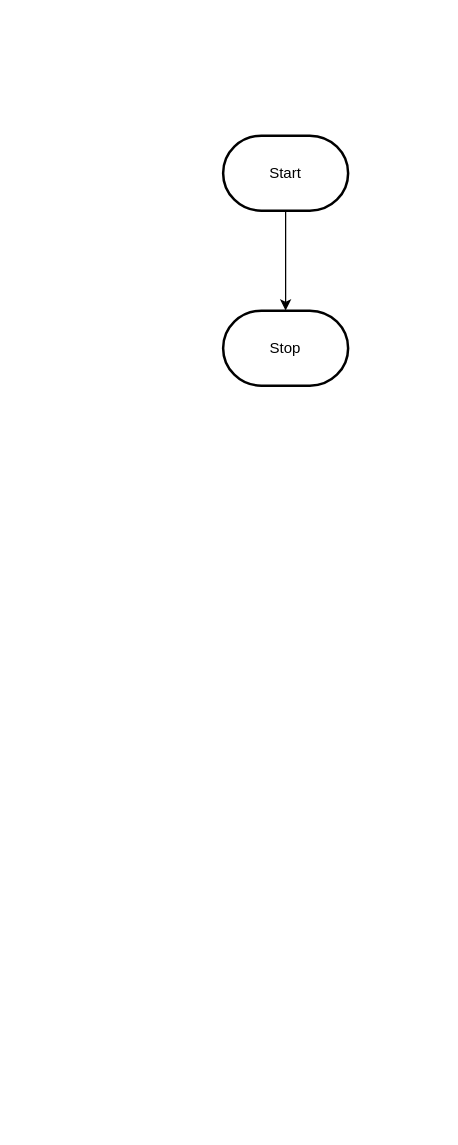
Earlier version of the draw.io diagram design/flowchart.drawio (MTHS-ICD2O-1-2023/ICD2O-Unit-5-01-jinyuzhe-calista-e). Source tidied: cells renumbered, new cells numbered last; positions are measured from the earlier drawing's top-left corner, leaving out a move shared by most shapes. Both pictures are drawn from the tidied source at 125%, with x=0, y=0 at pixel (222, 135).
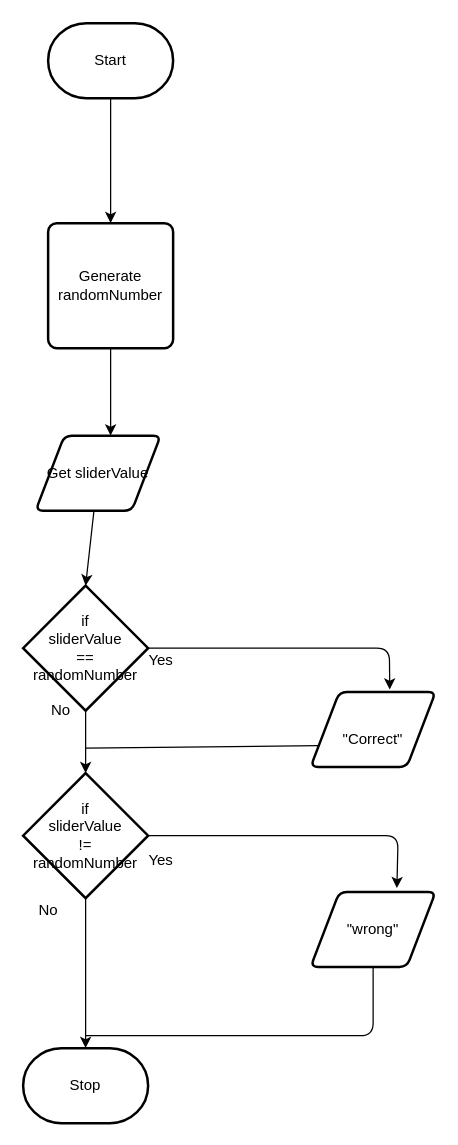
Above is the later version.

Change to the diagram source:
```diff
@@
-    <mxCell id="2" style="edgeStyle=orthogonalEdgeStyle;html=1;rounded=0;" parent="1" edge="1" source="3" target="4">
-      <mxGeometry relative="1" as="geometry" />
-    </mxCell>
+    <mxCell id="5" style="edgeStyle=none;html=1;entryX=0.5;entryY=0;entryDx=0;entryDy=0;" parent="1" edge="1" source="3" target="7">
+      <mxGeometry relative="1" as="geometry" />
+    </mxCell>
     <mxCell id="3" value="Start" style="strokeWidth=2;html=1;shape=mxgraph.flowchart.terminator;whiteSpace=wrap;" parent="1" vertex="1">
-      <mxGeometry width="100" height="60" as="geometry" />
+      <mxGeometry x="-140" y="-90" width="100" height="60" as="geometry" />
     </mxCell>
     <mxCell id="4" value="Stop" style="strokeWidth=2;html=1;shape=mxgraph.flowchart.terminator;whiteSpace=wrap;" parent="1" vertex="1">
-      <mxGeometry y="140" width="100" height="60" as="geometry" />
+      <mxGeometry x="-160" y="730" width="100" height="60" as="geometry" />
     </mxCell>
+    <mxCell id="6" style="edgeStyle=none;html=1;" parent="1" edge="1" source="7">
+      <mxGeometry relative="1" as="geometry">
+        <mxPoint x="-90" y="240" as="targetPoint" />
+      </mxGeometry>
+    </mxCell>
+    <mxCell id="7" value="Generate&lt;br&gt;randomNumber" style="rounded=1;whiteSpace=wrap;html=1;absoluteArcSize=1;arcSize=14;strokeWidth=2;" parent="1" vertex="1">
+      <mxGeometry x="-140" y="70" width="100" height="100" as="geometry" />
+    </mxCell>
+    <mxCell id="8" style="edgeStyle=none;html=1;entryX=0.5;entryY=0;entryDx=0;entryDy=0;entryPerimeter=0;" parent="1" edge="1" source="9" target="12">
+      <mxGeometry relative="1" as="geometry" />
+    </mxCell>
+    <mxCell id="9" value="Get sliderValue" style="shape=parallelogram;html=1;strokeWidth=2;perimeter=parallelogramPerimeter;whiteSpace=wrap;rounded=1;arcSize=12;size=0.23;" parent="1" vertex="1">
+      <mxGeometry x="-150" y="240" width="100" height="60" as="geometry" />
+    </mxCell>
+    <mxCell id="10" style="edgeStyle=none;html=1;entryX=0.5;entryY=0;entryDx=0;entryDy=0;entryPerimeter=0;" parent="1" edge="1" source="12" target="17">
+      <mxGeometry relative="1" as="geometry" />
+    </mxCell>
+    <mxCell id="11" style="edgeStyle=none;html=1;entryX=0.633;entryY=-0.031;entryDx=0;entryDy=0;entryPerimeter=0;" parent="1" edge="1" source="12" target="20">
+      <mxGeometry relative="1" as="geometry">
+        <Array as="points">
+          <mxPoint x="133" y="410" />
+        </Array>
+      </mxGeometry>
+    </mxCell>
+    <mxCell id="12" value="if&lt;br&gt;sliderValue&lt;br&gt;==&lt;br&gt;randomNumber" style="strokeWidth=2;html=1;shape=mxgraph.flowchart.decision;whiteSpace=wrap;" parent="1" vertex="1">
+      <mxGeometry x="-160" y="360" width="100" height="100" as="geometry" />
+    </mxCell>
+    <mxCell id="13" value="No" style="text;html=1;align=center;verticalAlign=middle;strokeColor=none;fillColor=none;" parent="1" vertex="1">
+      <mxGeometry x="-150" y="445" width="40" height="30" as="geometry" />
+    </mxCell>
+    <mxCell id="14" value="Yes" style="text;html=1;align=center;verticalAlign=middle;strokeColor=none;fillColor=none;" parent="1" vertex="1">
+      <mxGeometry x="-70" y="405" width="40" height="30" as="geometry" />
+    </mxCell>
+    <mxCell id="15" style="edgeStyle=none;html=1;entryX=0.5;entryY=0;entryDx=0;entryDy=0;entryPerimeter=0;" parent="1" edge="1" source="17" target="4">
+      <mxGeometry relative="1" as="geometry" />
+    </mxCell>
+    <mxCell id="16" style="edgeStyle=none;html=1;entryX=0.69;entryY=-0.05;entryDx=0;entryDy=0;entryPerimeter=0;" parent="1" edge="1" source="17" target="21">
+      <mxGeometry relative="1" as="geometry">
+        <Array as="points">
+          <mxPoint x="140" y="560" />
+        </Array>
+      </mxGeometry>
+    </mxCell>
+    <mxCell id="17" value="if&lt;br&gt;sliderValue&lt;br&gt;!=&lt;br&gt;randomNumber" style="strokeWidth=2;html=1;shape=mxgraph.flowchart.decision;whiteSpace=wrap;" parent="1" vertex="1">
+      <mxGeometry x="-160" y="510" width="100" height="100" as="geometry" />
+    </mxCell>
+    <mxCell id="18" value="No" style="text;html=1;align=center;verticalAlign=middle;strokeColor=none;fillColor=none;" parent="1" vertex="1">
+      <mxGeometry x="-160" y="605" width="40" height="30" as="geometry" />
+    </mxCell>
+    <mxCell id="19" value="Yes" style="text;html=1;align=center;verticalAlign=middle;strokeColor=none;fillColor=none;" parent="1" vertex="1">
+      <mxGeometry x="-70" y="565" width="40" height="30" as="geometry" />
+    </mxCell>
+    <mxCell id="20" value="&lt;br&gt;&quot;Correct&quot;" style="shape=parallelogram;html=1;strokeWidth=2;perimeter=parallelogramPerimeter;whiteSpace=wrap;rounded=1;arcSize=12;size=0.23;" parent="1" vertex="1">
+      <mxGeometry x="70" y="445" width="100" height="60" as="geometry" />
+    </mxCell>
+    <mxCell id="21" value="&quot;wrong&quot;" style="shape=parallelogram;html=1;strokeWidth=2;perimeter=parallelogramPerimeter;whiteSpace=wrap;rounded=1;arcSize=12;size=0.23;" parent="1" vertex="1">
+      <mxGeometry x="70" y="605" width="100" height="60" as="geometry" />
+    </mxCell>
+    <mxCell id="22" style="endArrow=none;html=1;entryX=0.5;entryY=1;entryDx=0;entryDy=0;" parent="1" edge="1" target="21">
+      <mxGeometry relative="1" as="geometry">
+        <mxPoint x="-110" y="720" as="sourcePoint" />
+        <Array as="points">
+          <mxPoint x="120" y="720" />
+        </Array>
+      </mxGeometry>
+    </mxCell>
+    <mxCell id="23" style="endArrow=none;html=1;entryX=0;entryY=0.75;entryDx=0;entryDy=0;" parent="1" edge="1" target="20">
+      <mxGeometry relative="1" as="geometry">
+        <mxPoint x="-110" y="490" as="sourcePoint" />
+      </mxGeometry>
+    </mxCell>
```
